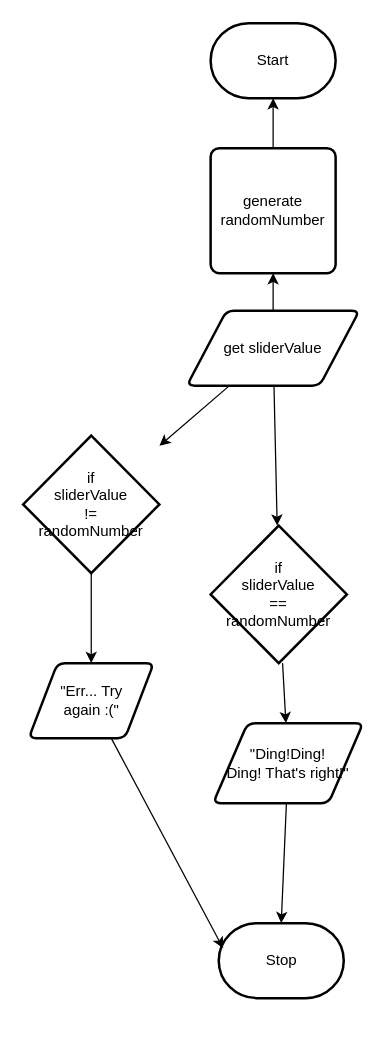
Liya-Getachew/ICS20-Unit5-01-JS keeps this draw.io diagram as design/flow-chart.drawio. Above is the earlier version. Source tidied: cells renumbered, new cells numbered last; positions are measured from the earlier drawing's top-left corner, leaving out a move shared by most shapes. Both pictures are drawn from the tidied source at 125%, with x=0, y=0 at pixel (22, 22).
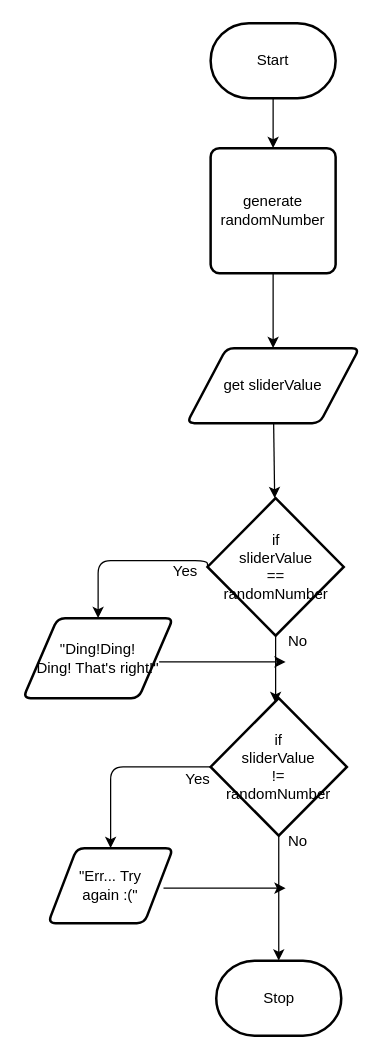
Above is the later version.

Commit message (it also covers changes not shown here):
edited chart and board

The change refers to these unchanged cells:
```xml
<mxCell id="2" value="Start" style="strokeWidth=2;html=1;shape=mxgraph.flowchart.terminator;whiteSpace=wrap;" parent="1" vertex="1">
  <mxGeometry x="150" width="100" height="60" as="geometry" />
</mxCell>
<mxCell id="8" value="generate &lt;br&gt;randomNumber" style="rounded=1;whiteSpace=wrap;html=1;absoluteArcSize=1;arcSize=14;strokeWidth=2;" parent="1" vertex="1">
  <mxGeometry x="150" y="100" width="100" height="100" as="geometry" />
</mxCell>
```

Change to the diagram source:
```diff
@@
+    <mxCell id="18" style="edgeStyle=elbowEdgeStyle;elbow=vertical;html=1;" parent="1" edge="1" source="2" target="8">
+      <mxGeometry relative="1" as="geometry" />
+    </mxCell>
@@
-    <mxCell id="3" style="edgeStyle=none;html=1;entryX=0.5;entryY=1;entryDx=0;entryDy=0;" parent="1" edge="1" source="6" target="8">
-      <mxGeometry relative="1" as="geometry" />
-    </mxCell>
@@
-    <mxCell id="5" style="edgeStyle=none;html=1;" parent="1" edge="1" source="6" target="17">
-      <mxGeometry relative="1" as="geometry" />
-    </mxCell>
     <mxCell id="6" value="get&amp;nbsp;sliderValue" style="shape=parallelogram;html=1;strokeWidth=2;perimeter=parallelogramPerimeter;whiteSpace=wrap;rounded=1;arcSize=12;size=0.23;" parent="1" vertex="1">
-      <mxGeometry x="131" y="230" width="138" height="60" as="geometry" />
+      <mxGeometry x="131" y="260" width="138" height="60" as="geometry" />
     </mxCell>
-    <mxCell id="7" style="edgeStyle=none;html=1;entryX=0.5;entryY=1;entryDx=0;entryDy=0;entryPerimeter=0;" parent="1" edge="1" source="8" target="2">
-      <mxGeometry relative="1" as="geometry" />
-    </mxCell>
+    <mxCell id="19" style="edgeStyle=elbowEdgeStyle;elbow=vertical;html=1;" parent="1" edge="1" source="8" target="6">
+      <mxGeometry relative="1" as="geometry" />
+    </mxCell>
@@
     <mxCell id="9" value="Stop" style="strokeWidth=2;html=1;shape=mxgraph.flowchart.terminator;whiteSpace=wrap;" parent="1" vertex="1">
-      <mxGeometry x="156.5" y="720" width="100" height="60" as="geometry" />
+      <mxGeometry x="154.5" y="750" width="100" height="60" as="geometry" />
     </mxCell>
-    <mxCell id="10" style="edgeStyle=none;html=1;" parent="1" edge="1" source="11" target="13">
-      <mxGeometry relative="1" as="geometry" />
+    <mxCell id="10" style="edgeStyle=elbowEdgeStyle;html=1;elbow=vertical;exitX=0;exitY=0.5;exitDx=0;exitDy=0;exitPerimeter=0;entryX=0.5;entryY=1;entryDx=0;entryDy=0;" parent="1" edge="1" source="11" target="13">
+      <mxGeometry relative="1" as="geometry">
+        <Array as="points">
+          <mxPoint x="90" y="430" />
+        </Array>
+      </mxGeometry>
     </mxCell>
+    <mxCell id="20" style="elbow=vertical;html=1;" parent="1" edge="1" source="11">
+      <mxGeometry relative="1" as="geometry">
+        <mxPoint x="202" y="544" as="targetPoint" />
+      </mxGeometry>
+    </mxCell>
     <mxCell id="11" value="if&lt;br&gt;sliderValue&lt;br&gt;==&lt;br&gt;randomNumber" style="strokeWidth=2;html=1;shape=mxgraph.flowchart.decision;whiteSpace=wrap;" parent="1" vertex="1">
-      <mxGeometry x="150" y="402" width="109" height="110" as="geometry" />
+      <mxGeometry x="147.5" y="380" width="109" height="110" as="geometry" />
     </mxCell>
-    <mxCell id="12" style="edgeStyle=none;html=1;entryX=0.5;entryY=0;entryDx=0;entryDy=0;entryPerimeter=0;" parent="1" edge="1" source="13" target="9">
-      <mxGeometry relative="1" as="geometry" />
-    </mxCell>
+    <mxCell id="21" style="edgeStyle=elbowEdgeStyle;elbow=vertical;html=1;" parent="1" edge="1">
+      <mxGeometry relative="1" as="geometry">
+        <mxPoint x="108.8" y="511" as="sourcePoint" />
+        <mxPoint x="210" y="511" as="targetPoint" />
+      </mxGeometry>
+    </mxCell>
-    <mxCell id="13" value="&quot;Ding!Ding!&lt;br&gt;Ding! That's right!&quot;" style="shape=parallelogram;html=1;strokeWidth=2;perimeter=parallelogramPerimeter;whiteSpace=wrap;rounded=1;arcSize=12;size=0.23;" parent="1" vertex="1">
-      <mxGeometry x="152" y="560" width="120" height="64" as="geometry" />
+    <mxCell id="13" value="&quot;Ding!Ding!&lt;br&gt;Ding! That's right!&quot;" style="shape=parallelogram;html=1;strokeWidth=2;perimeter=parallelogramPerimeter;whiteSpace=wrap;rounded=1;arcSize=12;size=0.23;direction=west;" parent="1" vertex="1">
+      <mxGeometry y="476" width="120" height="64" as="geometry" />
     </mxCell>
-    <mxCell id="14" style="edgeStyle=none;html=1;entryX=0.035;entryY=0.336;entryDx=0;entryDy=0;entryPerimeter=0;" parent="1" edge="1" source="15" target="9">
-      <mxGeometry relative="1" as="geometry" />
-    </mxCell>
+    <mxCell id="22" style="edgeStyle=elbowEdgeStyle;elbow=vertical;html=1;" parent="1" edge="1">
+      <mxGeometry relative="1" as="geometry">
+        <mxPoint x="112.3" y="692" as="sourcePoint" />
+        <mxPoint x="210" y="692" as="targetPoint" />
+      </mxGeometry>
+    </mxCell>
     <mxCell id="15" value="&quot;Err... Try &lt;br&gt;again :(&quot;" style="shape=parallelogram;html=1;strokeWidth=2;perimeter=parallelogramPerimeter;whiteSpace=wrap;rounded=1;arcSize=12;size=0.23;" parent="1" vertex="1">
-      <mxGeometry x="4.5" y="512" width="100" height="60" as="geometry" />
+      <mxGeometry x="20" y="660" width="100" height="60" as="geometry" />
     </mxCell>
-    <mxCell id="16" style="edgeStyle=none;html=1;" parent="1" edge="1" source="17" target="15">
-      <mxGeometry relative="1" as="geometry" />
+    <mxCell id="16" style="edgeStyle=elbowEdgeStyle;html=1;elbow=vertical;" parent="1" edge="1" source="17" target="15">
+      <mxGeometry relative="1" as="geometry">
+        <Array as="points">
+          <mxPoint x="135" y="595" />
+        </Array>
+      </mxGeometry>
     </mxCell>
+    <mxCell id="23" style="edgeStyle=none;html=1;" parent="1" edge="1" source="17" target="9">
+      <mxGeometry relative="1" as="geometry" />
+    </mxCell>
     <mxCell id="17" value="if&lt;br&gt;sliderValue&lt;br&gt;!=&lt;br&gt;randomNumber" style="strokeWidth=2;html=1;shape=mxgraph.flowchart.decision;whiteSpace=wrap;" parent="1" vertex="1">
-      <mxGeometry y="330" width="109" height="110" as="geometry" />
+      <mxGeometry x="150" y="540" width="109" height="110" as="geometry" />
     </mxCell>
+    <mxCell id="24" value="Yes" style="text;html=1;strokeColor=none;fillColor=none;align=center;verticalAlign=middle;whiteSpace=wrap;rounded=0;" parent="1" vertex="1">
+      <mxGeometry x="100" y="424" width="60" height="30" as="geometry" />
+    </mxCell>
+    <mxCell id="25" value="No" style="text;html=1;strokeColor=none;fillColor=none;align=center;verticalAlign=middle;whiteSpace=wrap;rounded=0;" parent="1" vertex="1">
+      <mxGeometry x="190" y="480" width="60" height="30" as="geometry" />
+    </mxCell>
+    <mxCell id="26" value="Yes" style="text;html=1;strokeColor=none;fillColor=none;align=center;verticalAlign=middle;whiteSpace=wrap;rounded=0;" parent="1" vertex="1">
+      <mxGeometry x="110" y="590" width="60" height="30" as="geometry" />
+    </mxCell>
+    <mxCell id="27" value="No" style="text;html=1;strokeColor=none;fillColor=none;align=center;verticalAlign=middle;whiteSpace=wrap;rounded=0;" parent="1" vertex="1">
+      <mxGeometry x="190" y="640" width="60" height="30" as="geometry" />
+    </mxCell>
```
